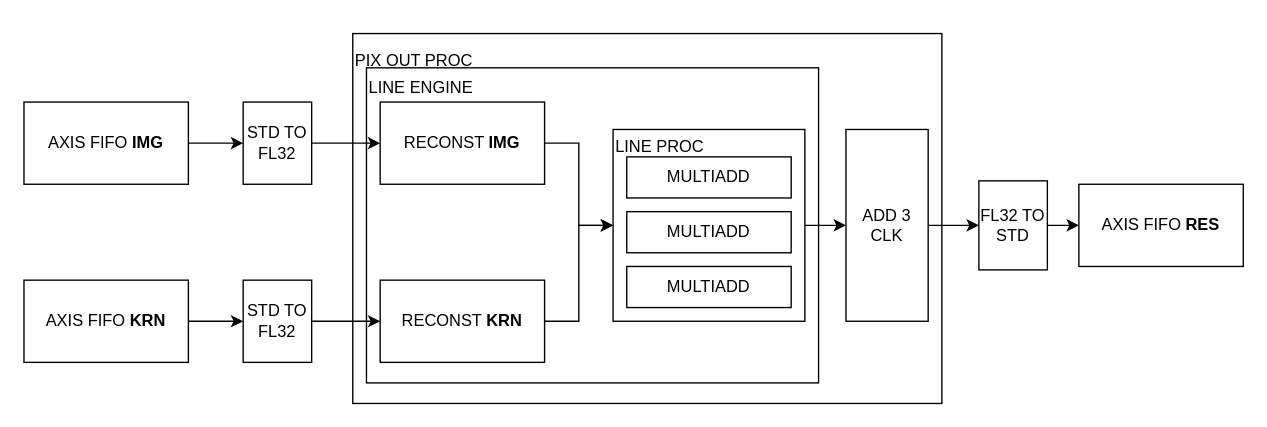
The draw.io diagram A-Eye_FPGA/diagrams/archi_conv_axi_fifo.drawio in ngisedsysle/A-Eye, before the edit. Source tidied: cells renumbered, new cells numbered last; positions are measured from the earlier drawing's top-left corner, leaving out a move shared by most shapes. Both pictures are drawn from the tidied source at 137%, with x=0, y=0 at pixel (23, 33).
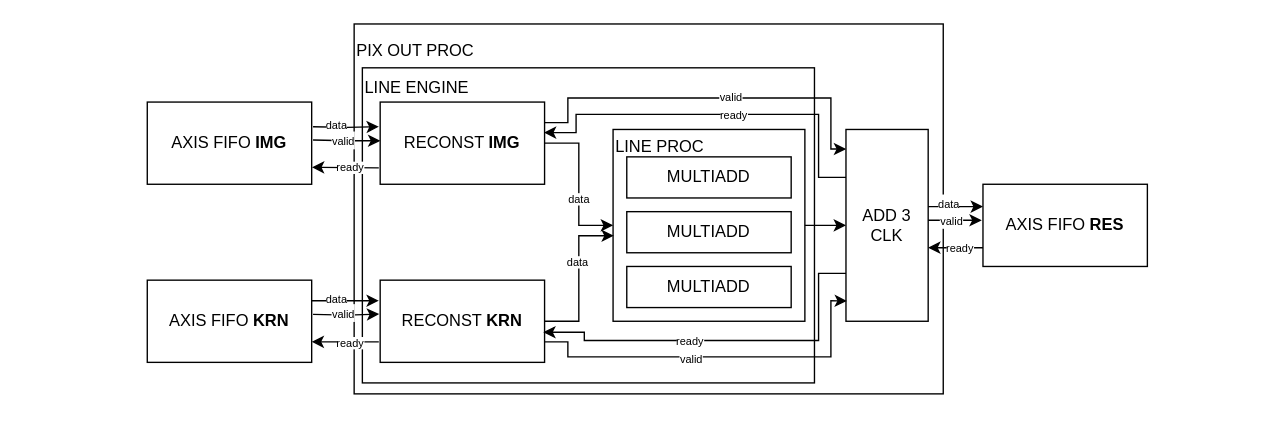
The same page after the edit.

Unchanged cells that the change refers to:
```xml
<mxCell id="10" style="edgeStyle=orthogonalEdgeStyle;rounded=0;jettySize=auto;html=1;entryX=0;entryY=0.5;entryDx=0;entryDy=0;" parent="1" edge="1" source="11" target="18">
  <mxGeometry relative="1" as="geometry" />
</mxCell>
<mxCell id="11" value="RECONST &lt;b&gt;IMG&lt;/b&gt;" style="rounded=0;whiteSpace=wrap;html=1;" parent="1" vertex="1">
  <mxGeometry x="260" y="50" width="120" height="60" as="geometry" />
</mxCell>
<mxCell id="13" value="RECONST &lt;b&gt;KRN&lt;/b&gt;" style="rounded=0;whiteSpace=wrap;html=1;" parent="1" vertex="1">
  <mxGeometry x="260" y="180" width="120" height="60" as="geometry" />
</mxCell>
<mxCell id="18" value="LINE PROC&lt;br&gt;&lt;br&gt;&lt;br&gt;&lt;br&gt;&lt;br&gt;&lt;br&gt;&lt;br&gt;&lt;br&gt;&lt;br&gt;" style="rounded=0;whiteSpace=wrap;html=1;fillColor=none;align=left;" parent="1" vertex="1">
  <mxGeometry x="430" y="70" width="140" height="140" as="geometry" />
</mxCell>
<mxCell id="21" value="ADD 3 CLK" style="rounded=0;whiteSpace=wrap;html=1;fillColor=none;" parent="1" vertex="1">
  <mxGeometry x="600" y="70" width="60" height="140" as="geometry" />
</mxCell>
```

Change to the diagram source:
```diff
@@
-    <mxCell id="2" style="edgeStyle=orthogonalEdgeStyle;rounded=0;jettySize=auto;html=1;" parent="1" edge="1" source="3" target="7">
-      <mxGeometry relative="1" as="geometry" />
-    </mxCell>
     <mxCell id="3" value="AXIS FIFO &lt;b&gt;IMG&lt;/b&gt;" style="rounded=0;whiteSpace=wrap;html=1;" parent="1" vertex="1">
-      <mxGeometry y="50" width="120" height="60" as="geometry" />
+      <mxGeometry x="90" y="50" width="120" height="60" as="geometry" />
     </mxCell>
-    <mxCell id="4" style="edgeStyle=orthogonalEdgeStyle;rounded=0;jettySize=auto;html=1;" parent="1" edge="1" source="5" target="9">
-      <mxGeometry relative="1" as="geometry" />
-    </mxCell>
     <mxCell id="5" value="AXIS FIFO &lt;b&gt;KRN&lt;/b&gt;" style="rounded=0;whiteSpace=wrap;html=1;" parent="1" vertex="1">
-      <mxGeometry y="180" width="120" height="60" as="geometry" />
+      <mxGeometry x="90" y="180" width="120" height="60" as="geometry" />
     </mxCell>
-    <mxCell id="6" style="edgeStyle=orthogonalEdgeStyle;rounded=0;jettySize=auto;html=1;" parent="1" edge="1" source="7" target="11">
-      <mxGeometry relative="1" as="geometry" />
-    </mxCell>
-    <mxCell id="7" value="STD TO FL32" style="rounded=0;whiteSpace=wrap;html=1;" parent="1" vertex="1">
-      <mxGeometry x="160" y="50" width="50" height="60" as="geometry" />
-    </mxCell>
-    <mxCell id="8" style="edgeStyle=orthogonalEdgeStyle;rounded=0;jettySize=auto;html=1;" parent="1" edge="1" source="9" target="13">
-      <mxGeometry relative="1" as="geometry" />
-    </mxCell>
-    <mxCell id="9" value="STD TO FL32" style="rounded=0;whiteSpace=wrap;html=1;" parent="1" vertex="1">
-      <mxGeometry x="160" y="180" width="50" height="60" as="geometry" />
-    </mxCell>
@@
+    <mxCell id="26" value="data" style="edgeLabel;html=1;align=center;verticalAlign=middle;fontSize=8;" parent="10" vertex="1">
+      <mxGeometry x="0.61" relative="1" as="geometry">
+        <mxPoint x="-5" y="-20" as="offset" />
+      </mxGeometry>
+    </mxCell>
+    <mxCell id="27" style="edgeStyle=orthogonalEdgeStyle;rounded=0;jettySize=auto;html=1;exitX=1;exitY=0.25;exitDx=0;exitDy=0;entryX=0.002;entryY=0.102;entryDx=0;entryDy=0;entryPerimeter=0;fontSize=8;" parent="1" edge="1" source="11" target="21">
+      <mxGeometry relative="1" as="geometry">
+        <Array as="points">
+          <mxPoint x="397" y="65" />
+          <mxPoint x="397" y="47" />
+          <mxPoint x="589" y="47" />
+          <mxPoint x="589" y="84" />
+        </Array>
+      </mxGeometry>
+    </mxCell>
+    <mxCell id="28" value="valid" style="edgeLabel;html=1;align=center;verticalAlign=middle;fontSize=8;" parent="27" vertex="1">
+      <mxGeometry x="0.11" y="1" relative="1" as="geometry" />
+    </mxCell>
@@
-    <mxCell id="12" style="edgeStyle=orthogonalEdgeStyle;rounded=0;jettySize=auto;html=1;entryX=0;entryY=0.5;entryDx=0;entryDy=0;" parent="1" edge="1" source="13" target="18">
+    <mxCell id="12" style="edgeStyle=orthogonalEdgeStyle;rounded=0;jettySize=auto;html=1;entryX=0.004;entryY=0.554;entryDx=0;entryDy=0;entryPerimeter=0;" parent="1" edge="1" source="13" target="18">
       <mxGeometry relative="1" as="geometry" />
     </mxCell>
+    <mxCell id="29" value="data" style="edgeLabel;html=1;align=center;verticalAlign=middle;fontSize=8;" parent="12" vertex="1">
+      <mxGeometry x="0.68" y="-1" relative="1" as="geometry">
+        <mxPoint x="-9" y="18" as="offset" />
+      </mxGeometry>
+    </mxCell>
@@
     <mxCell id="19" value="LINE ENGINE&lt;br&gt;&lt;br&gt;&lt;br&gt;&lt;br&gt;&lt;br&gt;&lt;br&gt;&lt;br&gt;&lt;br&gt;&lt;br&gt;&lt;br&gt;&lt;br&gt;&lt;br&gt;&lt;br&gt;&lt;br&gt;&lt;br&gt;" style="rounded=0;whiteSpace=wrap;html=1;fillColor=none;align=left;" parent="1" vertex="1">
-      <mxGeometry x="250" y="25" width="330" height="230" as="geometry" />
+      <mxGeometry x="247" y="25" width="330" height="230" as="geometry" />
     </mxCell>
-    <mxCell id="20" style="edgeStyle=orthogonalEdgeStyle;rounded=0;jettySize=auto;html=1;" parent="1" edge="1" source="21" target="25">
-      <mxGeometry relative="1" as="geometry" />
-    </mxCell>
+    <mxCell id="30" style="edgeStyle=orthogonalEdgeStyle;rounded=0;jettySize=auto;html=1;exitX=0;exitY=0.25;exitDx=0;exitDy=0;entryX=0.996;entryY=0.371;entryDx=0;entryDy=0;entryPerimeter=0;fontSize=8;" parent="1" edge="1" source="21" target="11">
+      <mxGeometry relative="1" as="geometry">
+        <Array as="points">
+          <mxPoint x="580" y="105" />
+          <mxPoint x="580" y="59" />
+          <mxPoint x="403" y="59" />
+          <mxPoint x="403" y="72" />
+        </Array>
+      </mxGeometry>
+    </mxCell>
+    <mxCell id="31" value="ready" style="edgeLabel;html=1;align=center;verticalAlign=middle;fontSize=8;" parent="30" vertex="1">
+      <mxGeometry x="-0.08" relative="1" as="geometry" />
+    </mxCell>
+    <mxCell id="32" style="edgeStyle=orthogonalEdgeStyle;rounded=0;jettySize=auto;html=1;exitX=0;exitY=0.75;exitDx=0;exitDy=0;entryX=0.992;entryY=0.633;entryDx=0;entryDy=0;entryPerimeter=0;fontSize=8;" parent="1" edge="1" source="21" target="13">
+      <mxGeometry relative="1" as="geometry">
+        <Array as="points">
+          <mxPoint x="580" y="175" />
+          <mxPoint x="580" y="224" />
+          <mxPoint x="409" y="224" />
+          <mxPoint x="409" y="218" />
+        </Array>
+      </mxGeometry>
+    </mxCell>
+    <mxCell id="33" value="ready" style="edgeLabel;html=1;align=center;verticalAlign=middle;fontSize=8;" parent="32" vertex="1">
+      <mxGeometry x="0.19" relative="1" as="geometry" />
+    </mxCell>
@@
     <mxCell id="22" value="PIX OUT PROC&lt;br&gt;&lt;br&gt;&lt;br&gt;&lt;br&gt;&lt;br&gt;&lt;br&gt;&lt;br&gt;&lt;br&gt;&lt;br&gt;&lt;br&gt;&lt;br&gt;&lt;br&gt;&lt;br&gt;&lt;br&gt;&lt;br&gt;&lt;br&gt;&lt;br&gt;" style="rounded=0;whiteSpace=wrap;html=1;fillColor=none;align=left;" parent="1" vertex="1">
-      <mxGeometry x="240" width="430" height="270" as="geometry" />
+      <mxGeometry x="241" y="-7" width="430" height="270" as="geometry" />
     </mxCell>
     <mxCell id="23" value="AXIS FIFO &lt;b&gt;RES&lt;/b&gt;" style="rounded=0;whiteSpace=wrap;html=1;" parent="1" vertex="1">
-      <mxGeometry x="770" y="110" width="120" height="60" as="geometry" />
+      <mxGeometry x="700" y="110" width="120" height="60" as="geometry" />
     </mxCell>
-    <mxCell id="24" style="edgeStyle=orthogonalEdgeStyle;rounded=0;jettySize=auto;html=1;" parent="1" edge="1" source="25" target="23">
-      <mxGeometry relative="1" as="geometry" />
-    </mxCell>
-    <mxCell id="25" value="FL32 TO STD" style="rounded=0;whiteSpace=wrap;html=1;" parent="1" vertex="1">
-      <mxGeometry x="697" y="107.5" width="50" height="65" as="geometry" />
-    </mxCell>
+    <mxCell id="34" style="edgeStyle=orthogonalEdgeStyle;rounded=0;jettySize=auto;html=1;entryX=-0.008;entryY=0.3;entryDx=0;entryDy=0;entryPerimeter=0;" parent="1" edge="1" target="11">
+      <mxGeometry relative="1" as="geometry">
+        <mxPoint x="211" y="68" as="sourcePoint" />
+      </mxGeometry>
+    </mxCell>
+    <mxCell id="35" value="&lt;font style=&quot;font-size: 8px;&quot;&gt;data&lt;/font&gt;" style="edgeLabel;html=1;align=center;verticalAlign=middle;" parent="34" vertex="1">
+      <mxGeometry x="-0.29" relative="1" as="geometry">
+        <mxPoint y="-3" as="offset" />
+      </mxGeometry>
+    </mxCell>
+    <mxCell id="36" style="edgeStyle=orthogonalEdgeStyle;rounded=0;jettySize=auto;html=1;exitX=1.021;exitY=0.461;exitDx=0;exitDy=0;exitPerimeter=0;entryX=0.001;entryY=0.471;entryDx=0;entryDy=0;entryPerimeter=0;" parent="1" edge="1" target="11">
+      <mxGeometry relative="1" as="geometry">
+        <mxPoint x="211" y="77.7" as="sourcePoint" />
+      </mxGeometry>
+    </mxCell>
+    <mxCell id="37" value="&lt;font style=&quot;font-size: 8px;&quot;&gt;valid&lt;/font&gt;" style="edgeLabel;html=1;align=center;verticalAlign=middle;" parent="36" vertex="1">
+      <mxGeometry x="0.14" y="-1" relative="1" as="geometry">
+        <mxPoint x="-6" y="-2" as="offset" />
+      </mxGeometry>
+    </mxCell>
+    <mxCell id="38" style="endArrow=classic;html=1;rounded=0;entryX=1.005;entryY=0.794;entryDx=0;entryDy=0;entryPerimeter=0;" parent="1" edge="1">
+      <mxGeometry relative="1" as="geometry">
+        <mxPoint x="259" y="98" as="sourcePoint" />
+        <mxPoint x="210.2" y="97.6" as="targetPoint" />
+      </mxGeometry>
+    </mxCell>
+    <mxCell id="39" value="ready" style="edgeLabel;html=1;align=center;verticalAlign=middle;fontSize=8;" parent="38" vertex="1">
+      <mxGeometry x="-0.11" relative="1" as="geometry" />
+    </mxCell>
+    <mxCell id="40" style="edgeStyle=orthogonalEdgeStyle;rounded=0;orthogonalLoop=1;jettySize=auto;html=1;exitX=1;exitY=0.25;exitDx=0;exitDy=0;" parent="1" edge="1">
+      <mxGeometry relative="1" as="geometry">
+        <mxPoint x="210" y="195" as="sourcePoint" />
+        <mxPoint x="259" y="195" as="targetPoint" />
+      </mxGeometry>
+    </mxCell>
+    <mxCell id="41" value="&lt;font style=&quot;font-size: 8px;&quot;&gt;data&lt;/font&gt;" style="edgeLabel;html=1;align=center;verticalAlign=middle;" parent="40" vertex="1">
+      <mxGeometry x="-0.29" relative="1" as="geometry">
+        <mxPoint y="-3" as="offset" />
+      </mxGeometry>
+    </mxCell>
+    <mxCell id="42" style="edgeStyle=orthogonalEdgeStyle;rounded=0;jettySize=auto;html=1;entryX=-0.006;entryY=0.413;entryDx=0;entryDy=0;entryPerimeter=0;" parent="1" edge="1" target="13">
+      <mxGeometry relative="1" as="geometry">
+        <mxPoint x="211" y="205" as="sourcePoint" />
+      </mxGeometry>
+    </mxCell>
+    <mxCell id="43" value="&lt;font style=&quot;font-size: 8px;&quot;&gt;valid&lt;/font&gt;" style="edgeLabel;html=1;align=center;verticalAlign=middle;" parent="42" vertex="1">
+      <mxGeometry x="0.14" y="-1" relative="1" as="geometry">
+        <mxPoint x="-6" y="-2" as="offset" />
+      </mxGeometry>
+    </mxCell>
+    <mxCell id="44" style="endArrow=classic;html=1;rounded=0;entryX=1;entryY=0.75;entryDx=0;entryDy=0;" parent="1" edge="1">
+      <mxGeometry relative="1" as="geometry">
+        <mxPoint x="259" y="225" as="sourcePoint" />
+        <mxPoint x="210" y="225" as="targetPoint" />
+      </mxGeometry>
+    </mxCell>
+    <mxCell id="45" value="ready" style="edgeLabel;html=1;align=center;verticalAlign=middle;fontSize=8;" parent="44" vertex="1">
+      <mxGeometry x="-0.11" relative="1" as="geometry" />
+    </mxCell>
+    <mxCell id="46" style="endArrow=classic;html=1;rounded=0;fontSize=8;exitX=1;exitY=0.75;exitDx=0;exitDy=0;entryX=0.012;entryY=0.894;entryDx=0;entryDy=0;entryPerimeter=0;" parent="1" edge="1" source="13" target="21">
+      <mxGeometry relative="1" as="geometry">
+        <Array as="points">
+          <mxPoint x="397" y="225" />
+          <mxPoint x="397" y="236" />
+          <mxPoint x="589" y="236" />
+          <mxPoint x="589" y="195" />
+        </Array>
+      </mxGeometry>
+    </mxCell>
+    <mxCell id="47" value="valid" style="edgeLabel;html=1;align=center;verticalAlign=middle;fontSize=8;" parent="46" vertex="1">
+      <mxGeometry x="-0.14" y="-1" relative="1" as="geometry" />
+    </mxCell>
+    <mxCell id="48" style="edgeStyle=orthogonalEdgeStyle;rounded=0;orthogonalLoop=1;jettySize=auto;html=1;" parent="1" edge="1">
+      <mxGeometry relative="1" as="geometry">
+        <mxPoint x="660" y="126.3" as="sourcePoint" />
+        <mxPoint x="700" y="126.3" as="targetPoint" />
+        <Array as="points">
+          <mxPoint x="685" y="126.3" />
+          <mxPoint x="685" y="126.3" />
+        </Array>
+      </mxGeometry>
+    </mxCell>
+    <mxCell id="49" value="&lt;font style=&quot;font-size: 8px;&quot;&gt;data&lt;/font&gt;" style="edgeLabel;html=1;align=center;verticalAlign=middle;" parent="48" vertex="1">
+      <mxGeometry x="-0.29" relative="1" as="geometry">
+        <mxPoint y="-3" as="offset" />
+      </mxGeometry>
+    </mxCell>
+    <mxCell id="50" style="edgeStyle=orthogonalEdgeStyle;rounded=0;orthogonalLoop=1;jettySize=auto;html=1;exitX=1;exitY=0.417;exitDx=0;exitDy=0;exitPerimeter=0;entryX=-0.017;entryY=0.421;entryDx=0;entryDy=0;entryPerimeter=0;" parent="1" edge="1">
+      <mxGeometry relative="1" as="geometry">
+        <mxPoint x="660" y="136.3" as="sourcePoint" />
+        <mxPoint x="699.1" y="136.6" as="targetPoint" />
+      </mxGeometry>
+    </mxCell>
+    <mxCell id="51" value="&lt;font style=&quot;font-size: 8px;&quot;&gt;valid&lt;/font&gt;" style="edgeLabel;html=1;align=center;verticalAlign=middle;" parent="50" vertex="1">
+      <mxGeometry x="0.14" y="-1" relative="1" as="geometry">
+        <mxPoint x="-6" y="-2" as="offset" />
+      </mxGeometry>
+    </mxCell>
+    <mxCell id="52" style="endArrow=classic;html=1;rounded=0;exitX=0;exitY=0.75;exitDx=0;exitDy=0;entryX=1;entryY=0.75;entryDx=0;entryDy=0;" parent="1" edge="1">
+      <mxGeometry relative="1" as="geometry">
+        <mxPoint x="700" y="156.3" as="sourcePoint" />
+        <mxPoint x="660" y="156.3" as="targetPoint" />
+      </mxGeometry>
+    </mxCell>
+    <mxCell id="53" value="ready" style="edgeLabel;html=1;align=center;verticalAlign=middle;fontSize=8;" parent="52" vertex="1">
+      <mxGeometry x="-0.11" relative="1" as="geometry" />
+    </mxCell>
```
